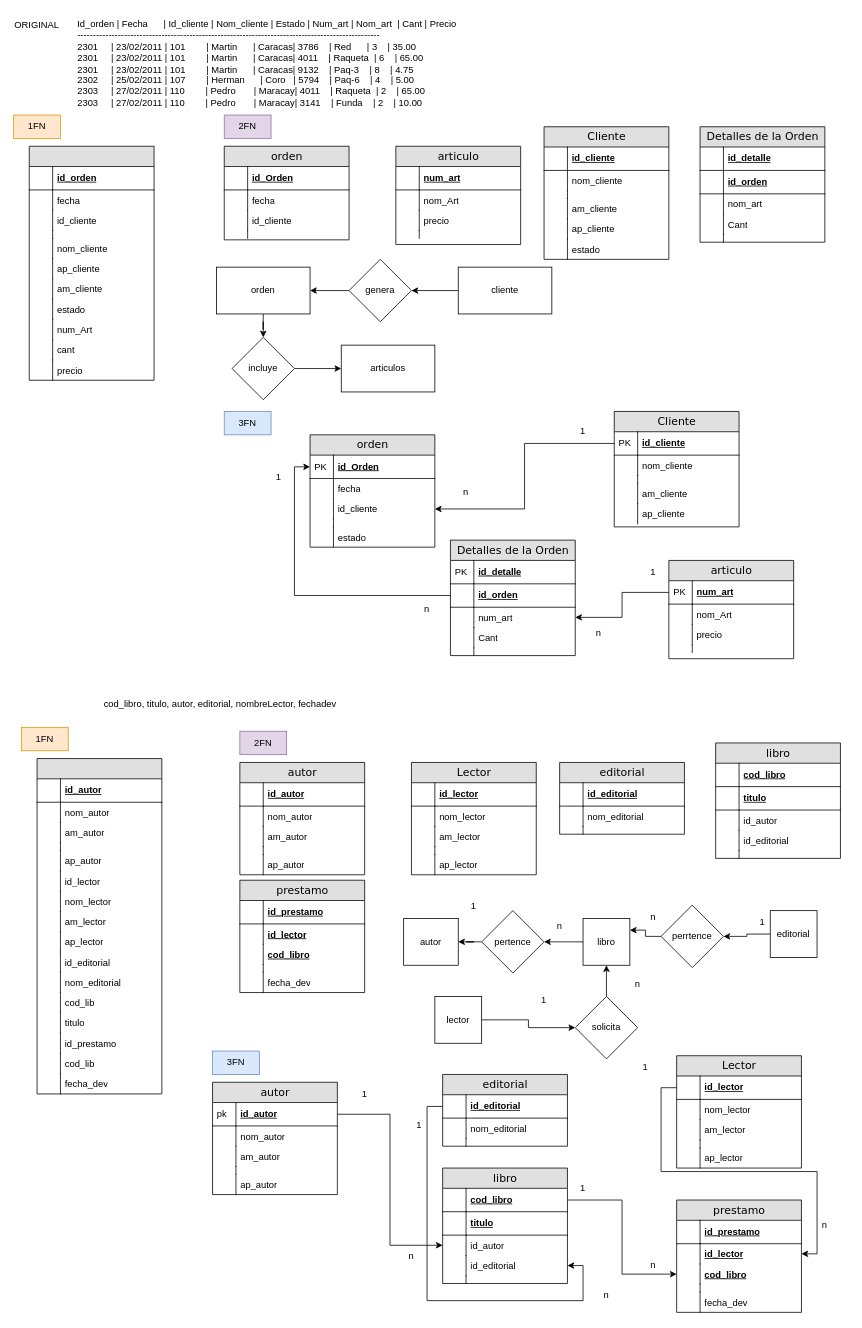
Before: Untitled Diagram.drawio in artissce/BD_FALL2024, a draw.io diagram. Source tidied: cells renumbered, new cells numbered last; positions are measured from the earlier drawing's top-left corner, leaving out a move shared by most shapes. Both pictures are drawn from the tidied source at 78%, with x=0, y=0 at pixel (13, 13).
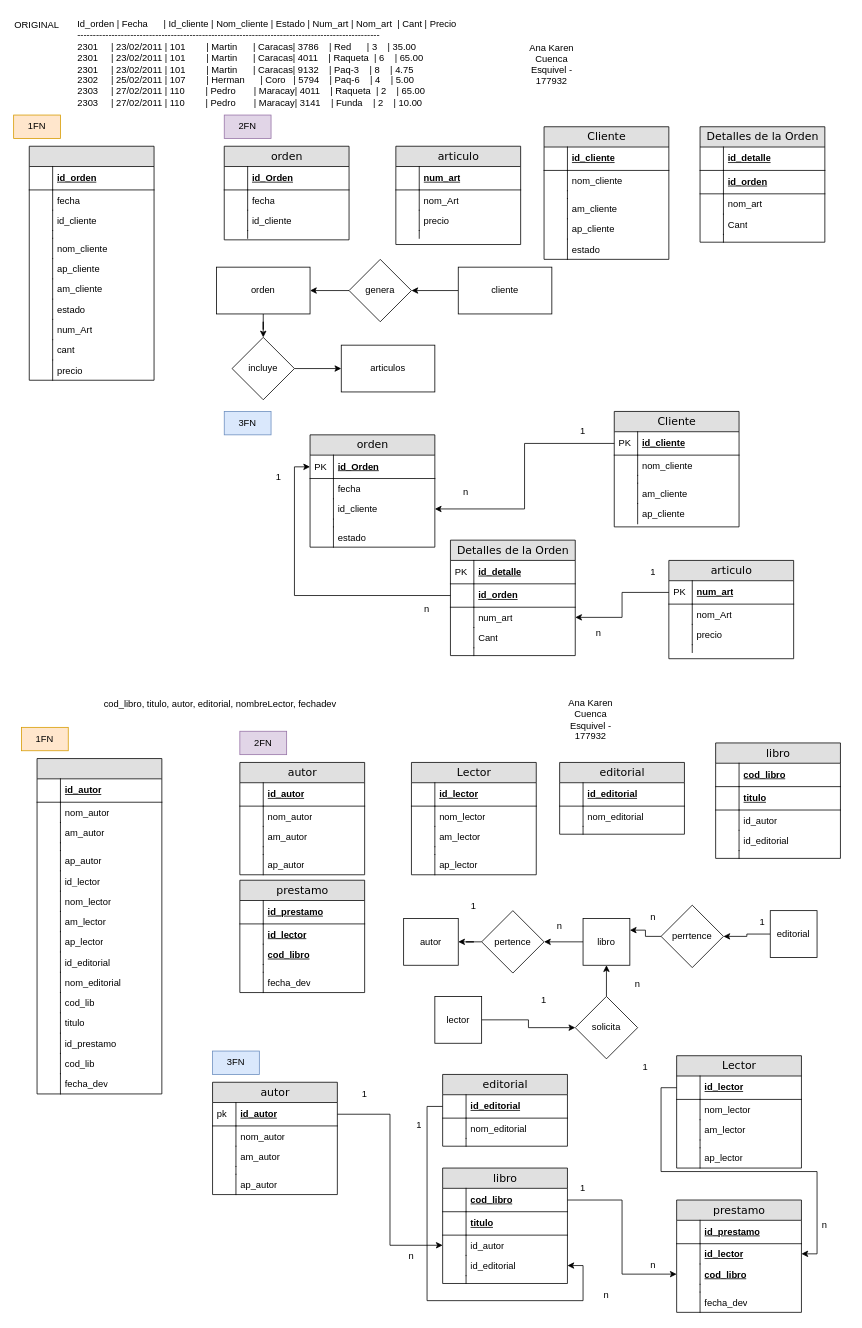
After the change.

Diff of the diagram source:
```diff
@@
+    <mxCell id="302" value="Ana Karen Cuenca Esquivel - 177932" style="text;html=1;align=center;verticalAlign=middle;whiteSpace=wrap;rounded=0;" parent="1" vertex="1">
+      <mxGeometry x="660" y="50" width="60" height="30" as="geometry" />
+    </mxCell>
+    <mxCell id="303" value="Ana Karen Cuenca Esquivel - 177932" style="text;html=1;align=center;verticalAlign=middle;whiteSpace=wrap;rounded=0;" parent="1" vertex="1">
+      <mxGeometry x="710" y="890" width="60" height="30" as="geometry" />
+    </mxCell>
```
